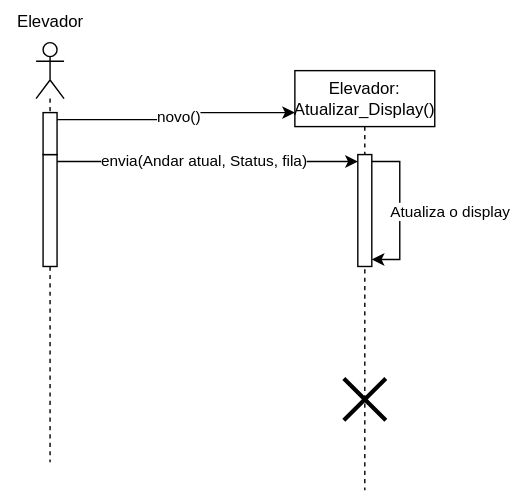
Before: Diagrama-Sequencia/DiagramaSequanciaDisplay.svg, a diagram exported from draw.io (wholocked1/Projeto-2-modelagem). Source tidied: cells renumbered, new cells last; positions are measured from the earlier drawing's top-left corner, leaving out a move shared by most shapes.
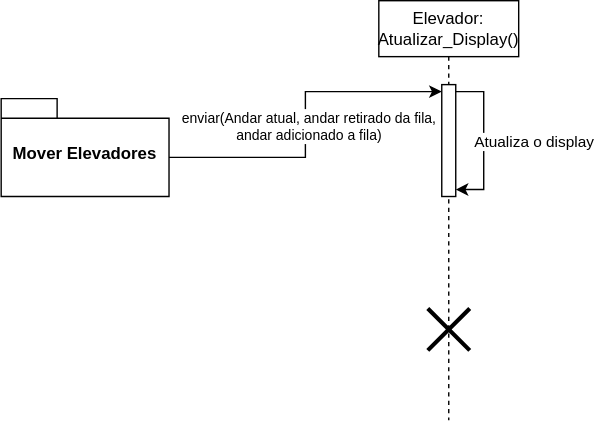
Above is the later version.

What changed in the source:
```diff
@@ -19,29 +19,16 @@
     <mxCell id="6" style="shape=umlDestroy;whiteSpace=wrap;html=1;strokeWidth=3;targetShapes=umlLifeline;" parent="2" vertex="1">
       <mxGeometry x="35" y="220" width="30" height="30" as="geometry" />
     </mxCell>
-    <mxCell id="7" style="shape=umlLifeline;perimeter=lifelinePerimeter;whiteSpace=wrap;html=1;newEdgeStyle={&quot;curved&quot;:0,&quot;rounded&quot;:0};participant=umlActor;" parent="1" vertex="1">
-      <mxGeometry x="25" y="30" width="20" height="300" as="geometry" />
-    </mxCell>
-    <mxCell id="8" style="html=1;points=[[0,0,0,0,5],[0,1,0,0,-5],[1,0,0,0,5],[1,1,0,0,-5]];perimeter=orthogonalPerimeter;outlineConnect=0;targetShapes=umlLifeline;portConstraint=eastwest;newEdgeStyle={&quot;curved&quot;:0,&quot;rounded&quot;:0};" parent="7" vertex="1">
-      <mxGeometry x="5" y="80" width="10" height="80" as="geometry" />
-    </mxCell>
-    <mxCell id="9" style="html=1;points=[[0,0,0,0,5],[0,1,0,0,-5],[1,0,0,0,5],[1,1,0,0,-5]];perimeter=orthogonalPerimeter;outlineConnect=0;targetShapes=umlLifeline;portConstraint=eastwest;newEdgeStyle={&quot;curved&quot;:0,&quot;rounded&quot;:0};" parent="7" vertex="1">
-      <mxGeometry x="5" y="50" width="10" height="30" as="geometry" />
-    </mxCell>
-    <mxCell id="10" value="Elevador" style="text;html=1;align=center;verticalAlign=middle;strokeColor=none;fillColor=none;" parent="1" vertex="1">
-      <mxGeometry width="70" height="30" as="geometry" />
-    </mxCell>
-    <mxCell id="11" style="edgeStyle=orthogonalEdgeStyle;rounded=0;jettySize=auto;html=1;curved=0;exitX=1;exitY=0;exitDx=0;exitDy=5;exitPerimeter=0;entryX=0;entryY=0;entryDx=0;entryDy=5;entryPerimeter=0;" parent="1" edge="1" source="8" target="3">
-      <mxGeometry relative="1" as="geometry" />
-    </mxCell>
-    <mxCell id="12" value="envia(Andar atual, Status, fila)" style="edgeLabel;html=1;align=center;verticalAlign=middle;" parent="11" vertex="1">
-      <mxGeometry x="-0.03" y="1" relative="1" as="geometry" />
-    </mxCell>
-    <mxCell id="13" style="edgeStyle=orthogonalEdgeStyle;rounded=0;jettySize=auto;html=1;curved=0;exitX=1;exitY=0;exitDx=0;exitDy=5;exitPerimeter=0;entryX=0;entryY=0.1;entryDx=0;entryDy=0;entryPerimeter=0;" parent="1" edge="1" source="9" target="2">
-      <mxGeometry relative="1" as="geometry" />
-    </mxCell>
-    <mxCell id="14" value="novo()" style="edgeLabel;html=1;align=center;verticalAlign=middle;" parent="13" vertex="1">
-      <mxGeometry x="0.01" y="-1" relative="1" as="geometry" />
-    </mxCell>
+    <mxCell id="15" value="Mover Elevadores" style="shape=folder;fontStyle=1;spacingTop=10;tabWidth=40;tabHeight=14;tabPosition=left;html=1;whiteSpace=wrap;" parent="1" vertex="1">
+      <mxGeometry x="-60" y="120" width="120" height="70" as="geometry" />
+    </mxCell>
+    <mxCell id="16" style="edgeStyle=orthogonalEdgeStyle;rounded=0;jettySize=auto;html=1;exitX=0;exitY=0;exitDx=120;exitDy=42;exitPerimeter=0;entryX=0;entryY=0;entryDx=0;entryDy=5;entryPerimeter=0;" parent="1" edge="1" source="15" target="3">
+      <mxGeometry relative="1" as="geometry" />
+    </mxCell>
+    <mxCell id="17" value="&lt;font style=&quot;font-size: 10px;&quot;&gt;enviar(Andar atual, andar retirado da fila,&lt;/font&gt;&lt;div style=&quot;font-size: 10px;&quot;&gt;&lt;font style=&quot;font-size: 10px;&quot;&gt;andar adicionado a fila)&lt;/font&gt;&lt;/div&gt;" style="edgeLabel;html=1;align=center;verticalAlign=middle;" parent="16" vertex="1">
+      <mxGeometry x="-0.01" y="-1" relative="1" as="geometry">
+        <mxPoint x="1" as="offset" />
+      </mxGeometry>
+    </mxCell>
   </root>
 </mxGraphModel>
```
